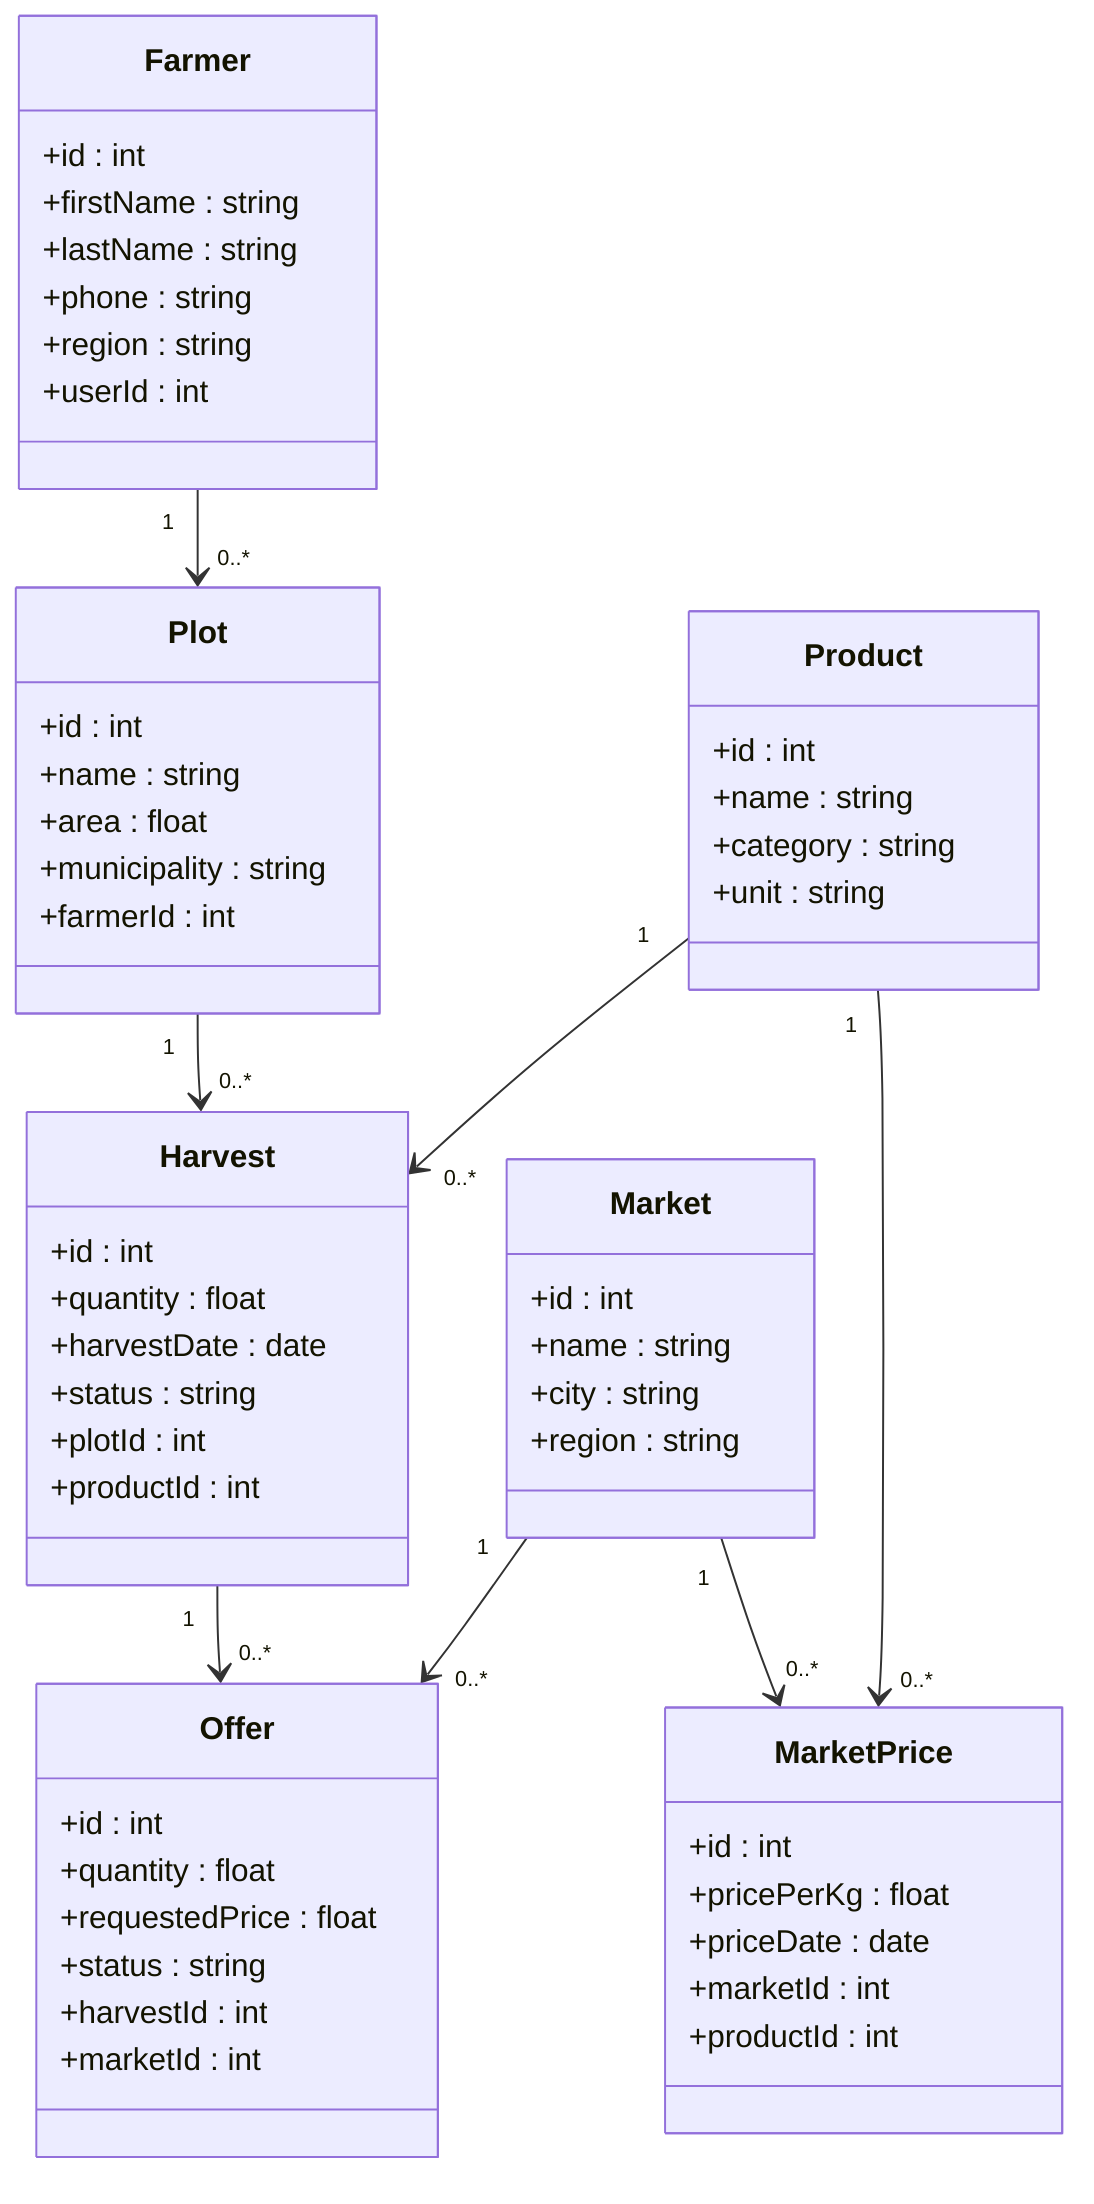
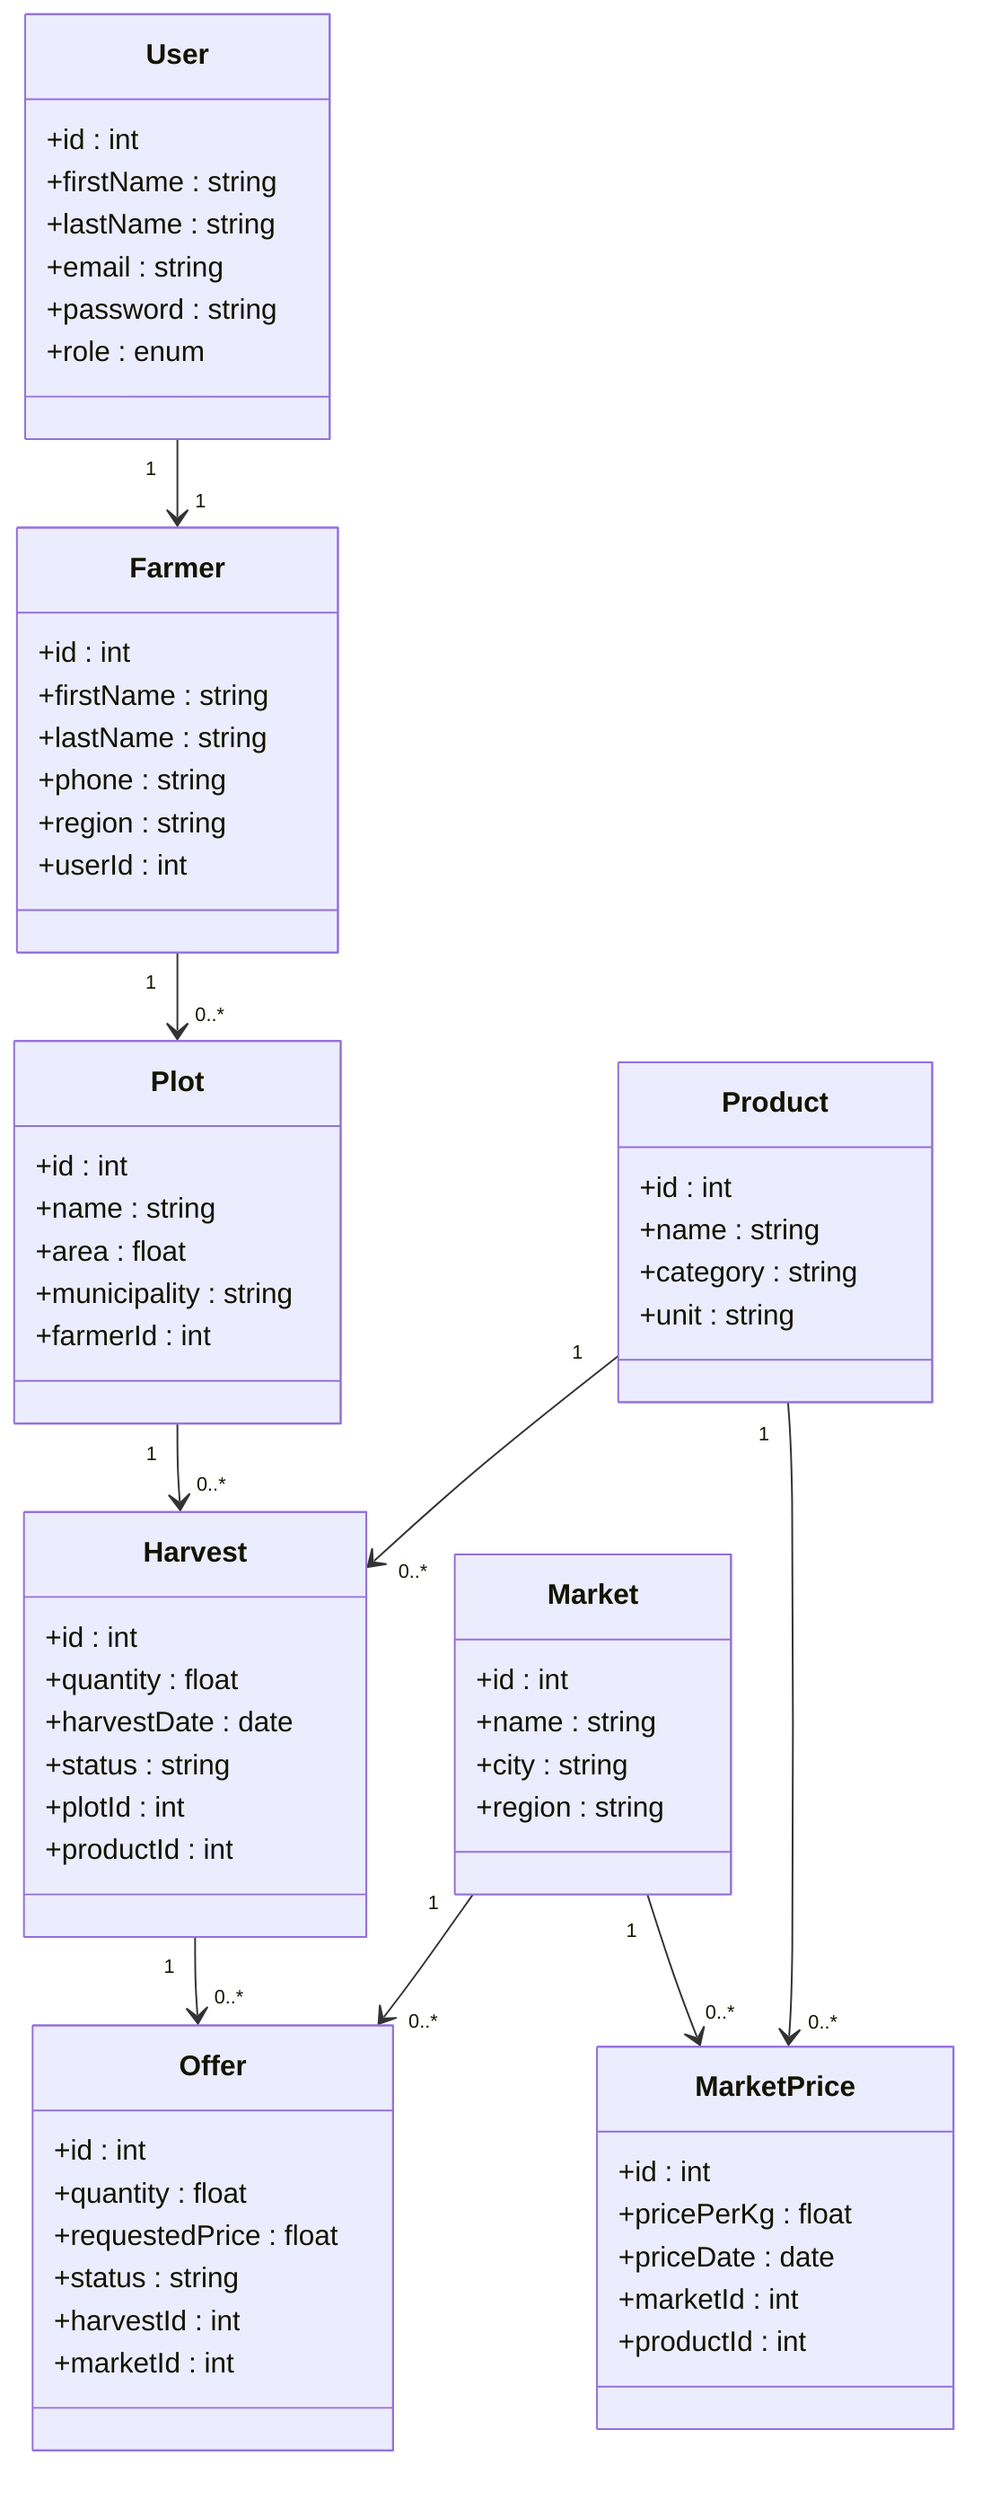
classDiagram
+ 
+ class User {
+     +id : int
+     +firstName : string
+     +lastName : string
+     +email : string
+     +password : string
+     +role : enum
+ }

class Farmer {
    +id : int
    +firstName : string
    +lastName : string
    +phone : string
    +region : string
    +userId : int
}

class Plot {
    +id : int
    +name : string
    +area : float
    +municipality : string
    +farmerId : int
}

class Product {
    +id : int
    +name : string
    +category : string
    +unit : string
}

class Harvest {
    +id : int
    +quantity : float
    +harvestDate : date
    +status : string
    +plotId : int
    +productId : int
}

class Market {
    +id : int
    +name : string
    +city : string
    +region : string
}

class MarketPrice {
    +id : int
    +pricePerKg : float
    +priceDate : date
    +marketId : int
    +productId : int
}

class Offer {
    +id : int
    +quantity : float
    +requestedPrice : float
    +status : string
    +harvestId : int
    +marketId : int
}
- 
+ User "1" --> "1" Farmer
Farmer "1" --> "0..*" Plot
Plot "1" --> "0..*" Harvest
Product "1" --> "0..*" Harvest
Market "1" --> "0..*" MarketPrice
Product "1" --> "0..*" MarketPrice
Harvest "1" --> "0..*" Offer
Market "1" --> "0..*" Offer